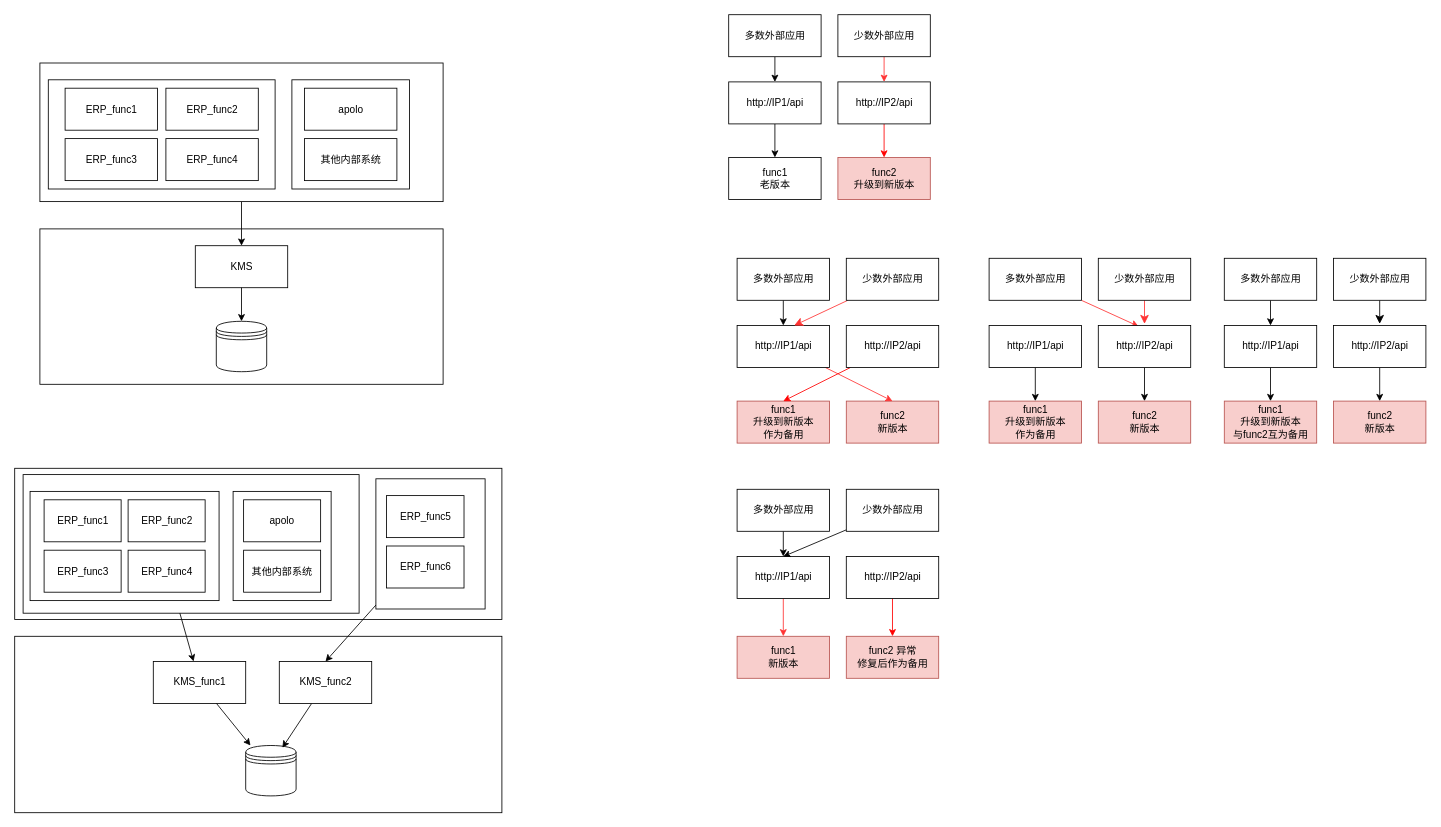
The draw.io diagram page "KMS" (2 of 6) of devops.drawio in mashifei/uml, before the edit. Source tidied: cells renumbered, new cells numbered last; positions are measured from the earlier drawing's top-left corner, leaving out a move shared by most shapes. Both pictures are drawn from the tidied source at 84%, with x=0, y=0 at pixel (14, 14).
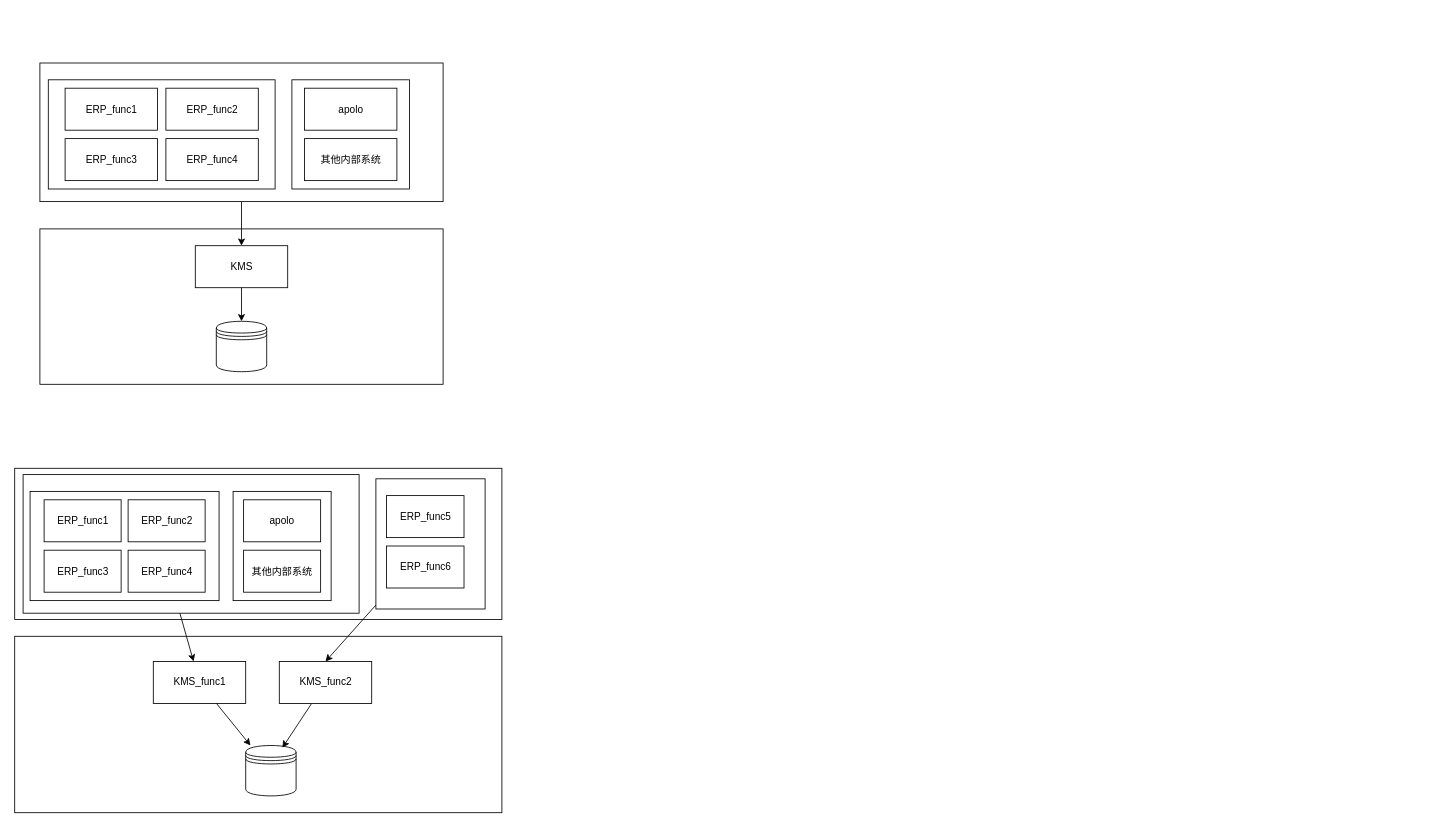
After the change.

The edit, as a diff of the source:
```diff
@@
-    <mxCell id="47" value="func1&lt;br&gt;老版本" style="html=1;rounded=0;strokeColor=#000000;" parent="1" vertex="1">
-      <mxGeometry x="850" y="170" width="110" height="50" as="geometry" />
-    </mxCell>
-    <mxCell id="48" value="func2&lt;br&gt;升级到新版本" style="html=1;rounded=0;strokeColor=#b85450;fillColor=#f8cecc;" parent="1" vertex="1">
-      <mxGeometry x="980" y="170" width="110" height="50" as="geometry" />
-    </mxCell>
-    <mxCell id="49" style="edgeStyle=none;rounded=0;jettySize=auto;html=1;" parent="1" edge="1" source="50" target="47">
-      <mxGeometry relative="1" as="geometry" />
-    </mxCell>
-    <mxCell id="50" value="http://IP1/api" style="html=1;rounded=0;strokeColor=#000000;" parent="1" vertex="1">
-      <mxGeometry x="850" y="80" width="110" height="50" as="geometry" />
-    </mxCell>
-    <mxCell id="51" style="edgeStyle=none;rounded=0;jettySize=auto;html=1;entryX=0.5;entryY=0;entryDx=0;entryDy=0;" parent="1" edge="1" source="52" target="50">
-      <mxGeometry relative="1" as="geometry" />
-    </mxCell>
-    <mxCell id="52" value="多数外部应用" style="html=1;rounded=0;strokeColor=#000000;" parent="1" vertex="1">
-      <mxGeometry x="850" width="110" height="50" as="geometry" />
-    </mxCell>
-    <mxCell id="53" style="edgeStyle=none;rounded=0;jettySize=auto;html=1;strokeColor=#FF0000;" parent="1" edge="1" source="54" target="48">
-      <mxGeometry relative="1" as="geometry" />
-    </mxCell>
-    <mxCell id="54" value="http://IP2/api" style="html=1;rounded=0;strokeColor=#000000;" parent="1" vertex="1">
-      <mxGeometry x="980" y="80" width="110" height="50" as="geometry" />
-    </mxCell>
-    <mxCell id="55" style="edgeStyle=none;rounded=0;jettySize=auto;html=1;entryX=0.5;entryY=0;entryDx=0;entryDy=0;strokeColor=#FF3333;" parent="1" edge="1" source="56" target="54">
-      <mxGeometry relative="1" as="geometry" />
-    </mxCell>
-    <mxCell id="56" value="少数外部应用" style="html=1;rounded=0;strokeColor=#000000;" parent="1" vertex="1">
-      <mxGeometry x="980" width="110" height="50" as="geometry" />
-    </mxCell>
-    <mxCell id="57" value="func1&lt;br&gt;升级到新版本&lt;br&gt;作为备用" style="html=1;rounded=0;strokeColor=#b85450;fillColor=#f8cecc;" parent="1" vertex="1">
-      <mxGeometry x="860" y="460" width="110" height="50" as="geometry" />
-    </mxCell>
-    <mxCell id="58" value="func2&lt;br&gt;新版本" style="html=1;rounded=0;strokeColor=#b85450;fillColor=#f8cecc;" parent="1" vertex="1">
-      <mxGeometry x="990" y="460" width="110" height="50" as="geometry" />
-    </mxCell>
-    <mxCell id="59" style="edgeStyle=none;rounded=1;jettySize=auto;html=1;entryX=0.5;entryY=0;entryDx=0;entryDy=0;strokeColor=#FF3333;" parent="1" edge="1" source="60" target="58">
-      <mxGeometry relative="1" as="geometry" />
-    </mxCell>
-    <mxCell id="60" value="http://IP1/api" style="html=1;rounded=0;strokeColor=#000000;" parent="1" vertex="1">
-      <mxGeometry x="860" y="370" width="110" height="50" as="geometry" />
-    </mxCell>
-    <mxCell id="61" style="edgeStyle=none;rounded=0;jettySize=auto;html=1;" parent="1" edge="1" source="62" target="60">
-      <mxGeometry relative="1" as="geometry" />
-    </mxCell>
-    <mxCell id="62" value="多数外部应用" style="html=1;rounded=0;strokeColor=#000000;" parent="1" vertex="1">
-      <mxGeometry x="860" y="290" width="110" height="50" as="geometry" />
-    </mxCell>
-    <mxCell id="63" style="edgeStyle=none;rounded=0;jettySize=auto;html=1;entryX=0.5;entryY=0;entryDx=0;entryDy=0;strokeColor=#FF0000;" parent="1" edge="1" source="64" target="57">
-      <mxGeometry relative="1" as="geometry" />
-    </mxCell>
-    <mxCell id="64" value="http://IP2/api" style="html=1;rounded=0;strokeColor=#000000;" parent="1" vertex="1">
-      <mxGeometry x="990" y="370" width="110" height="50" as="geometry" />
-    </mxCell>
-    <mxCell id="65" style="edgeStyle=none;rounded=0;jettySize=auto;html=1;entryX=0.618;entryY=0;entryDx=0;entryDy=0;entryPerimeter=0;strokeColor=#FF3333;endSize=8;targetPerimeterSpacing=2;jumpStyle=arc;jumpSize=10;" parent="1" edge="1" source="66" target="60">
-      <mxGeometry relative="1" as="geometry" />
-    </mxCell>
-    <mxCell id="66" value="少数外部应用" style="html=1;rounded=0;strokeColor=#000000;" parent="1" vertex="1">
-      <mxGeometry x="990" y="290" width="110" height="50" as="geometry" />
-    </mxCell>
-    <mxCell id="67" value="func1&lt;br&gt;新版本" style="html=1;rounded=0;strokeColor=#b85450;fillColor=#f8cecc;" parent="1" vertex="1">
-      <mxGeometry x="860" y="740" width="110" height="50" as="geometry" />
-    </mxCell>
-    <mxCell id="68" value="func2 异常&lt;br&gt;修复后作为备用" style="html=1;rounded=0;strokeColor=#b85450;fillColor=#f8cecc;" parent="1" vertex="1">
-      <mxGeometry x="990" y="740" width="110" height="50" as="geometry" />
-    </mxCell>
-    <mxCell id="69" style="edgeStyle=none;rounded=0;jettySize=auto;html=1;entryX=0.5;entryY=0;entryDx=0;entryDy=0;exitX=0.5;exitY=1;exitDx=0;exitDy=0;strokeColor=#FF3333;" parent="1" edge="1" source="70" target="67">
-      <mxGeometry relative="1" as="geometry" />
-    </mxCell>
-    <mxCell id="70" value="http://IP1/api" style="html=1;rounded=0;strokeColor=#000000;" parent="1" vertex="1">
-      <mxGeometry x="860" y="645" width="110" height="50" as="geometry" />
-    </mxCell>
-    <mxCell id="71" style="edgeStyle=none;rounded=0;jettySize=auto;html=1;entryX=0.5;entryY=0;entryDx=0;entryDy=0;" parent="1" edge="1" source="72" target="70">
-      <mxGeometry relative="1" as="geometry" />
-    </mxCell>
-    <mxCell id="72" value="多数外部应用" style="html=1;rounded=0;strokeColor=#000000;" parent="1" vertex="1">
-      <mxGeometry x="860" y="565" width="110" height="50" as="geometry" />
-    </mxCell>
-    <mxCell id="73" style="edgeStyle=none;rounded=0;jettySize=auto;html=1;entryX=0.5;entryY=0;entryDx=0;entryDy=0;strokeColor=#FF0000;" parent="1" edge="1" source="74" target="68">
-      <mxGeometry relative="1" as="geometry" />
-    </mxCell>
-    <mxCell id="74" value="http://IP2/api" style="html=1;rounded=0;strokeColor=#000000;" parent="1" vertex="1">
-      <mxGeometry x="990" y="645" width="110" height="50" as="geometry" />
-    </mxCell>
-    <mxCell id="75" style="edgeStyle=none;rounded=0;jettySize=auto;html=1;entryX=0.5;entryY=0;entryDx=0;entryDy=0;" parent="1" edge="1" source="76" target="70">
-      <mxGeometry relative="1" as="geometry" />
-    </mxCell>
-    <mxCell id="76" value="少数外部应用" style="html=1;rounded=0;strokeColor=#000000;" parent="1" vertex="1">
-      <mxGeometry x="990" y="565" width="110" height="50" as="geometry" />
-    </mxCell>
-    <mxCell id="77" value="func1&lt;br&gt;升级到新版本&lt;br&gt;作为备用" style="html=1;rounded=0;strokeColor=#b85450;fillColor=#f8cecc;" parent="1" vertex="1">
-      <mxGeometry x="1160" y="460" width="110" height="50" as="geometry" />
-    </mxCell>
-    <mxCell id="78" style="edgeStyle=none;rounded=1;jumpStyle=arc;jumpSize=10;jettySize=auto;html=1;endSize=8;targetPerimeterSpacing=2;strokeColor=#FF0000;" parent="1" edge="1" source="79">
-      <mxGeometry relative="1" as="geometry">
-        <mxPoint x="1345" y="460" as="targetPoint" />
-      </mxGeometry>
-    </mxCell>
-    <mxCell id="79" value="func2&lt;br&gt;新版本" style="html=1;rounded=0;strokeColor=#b85450;fillColor=#f8cecc;" parent="1" vertex="1">
-      <mxGeometry x="1290" y="460" width="110" height="50" as="geometry" />
-    </mxCell>
-    <mxCell id="80" style="edgeStyle=none;rounded=1;jettySize=auto;html=1;entryX=0.5;entryY=0;entryDx=0;entryDy=0;strokeColor=#000000;" parent="1" edge="1" source="81" target="77">
-      <mxGeometry relative="1" as="geometry" />
-    </mxCell>
-    <mxCell id="81" value="http://IP1/api" style="html=1;rounded=0;strokeColor=#000000;" parent="1" vertex="1">
-      <mxGeometry x="1160" y="370" width="110" height="50" as="geometry" />
-    </mxCell>
-    <mxCell id="82" style="edgeStyle=none;rounded=0;jettySize=auto;html=1;entryX=0.436;entryY=0.02;entryDx=0;entryDy=0;entryPerimeter=0;strokeColor=#FF3333;" parent="1" edge="1" source="83" target="85">
-      <mxGeometry relative="1" as="geometry" />
-    </mxCell>
-    <mxCell id="83" value="多数外部应用" style="html=1;rounded=0;strokeColor=#000000;" parent="1" vertex="1">
-      <mxGeometry x="1160" y="290" width="110" height="50" as="geometry" />
-    </mxCell>
-    <mxCell id="84" style="edgeStyle=none;rounded=0;jettySize=auto;html=1;strokeColor=#000000;entryX=0.5;entryY=0;entryDx=0;entryDy=0;" parent="1" edge="1" source="85" target="79">
-      <mxGeometry relative="1" as="geometry" />
-    </mxCell>
-    <mxCell id="85" value="http://IP2/api" style="html=1;rounded=0;strokeColor=#000000;" parent="1" vertex="1">
-      <mxGeometry x="1290" y="370" width="110" height="50" as="geometry" />
-    </mxCell>
-    <mxCell id="86" style="edgeStyle=none;rounded=0;jettySize=auto;html=1;strokeColor=#FF3333;endSize=8;targetPerimeterSpacing=2;jumpStyle=arc;jumpSize=10;" parent="1" edge="1" source="87" target="85">
-      <mxGeometry relative="1" as="geometry" />
-    </mxCell>
-    <mxCell id="87" value="少数外部应用" style="html=1;rounded=0;strokeColor=#000000;" parent="1" vertex="1">
-      <mxGeometry x="1290" y="290" width="110" height="50" as="geometry" />
-    </mxCell>
-    <mxCell id="88" value="func1&lt;br&gt;升级到新版本&lt;br&gt;与func2互为备用" style="html=1;rounded=0;strokeColor=#b85450;fillColor=#f8cecc;" parent="1" vertex="1">
-      <mxGeometry x="1440" y="460" width="110" height="50" as="geometry" />
-    </mxCell>
-    <mxCell id="89" style="edgeStyle=none;rounded=1;jumpStyle=arc;jumpSize=10;jettySize=auto;html=1;endSize=8;targetPerimeterSpacing=2;strokeColor=#FF0000;" parent="1" edge="1" source="90">
-      <mxGeometry relative="1" as="geometry">
-        <mxPoint x="1625" y="460" as="targetPoint" />
-      </mxGeometry>
-    </mxCell>
-    <mxCell id="90" value="func2&lt;br&gt;新版本" style="html=1;rounded=0;strokeColor=#b85450;fillColor=#f8cecc;" parent="1" vertex="1">
-      <mxGeometry x="1570" y="460" width="110" height="50" as="geometry" />
-    </mxCell>
-    <mxCell id="91" style="edgeStyle=none;rounded=1;jettySize=auto;html=1;entryX=0.5;entryY=0;entryDx=0;entryDy=0;strokeColor=#000000;" parent="1" edge="1" source="92" target="88">
-      <mxGeometry relative="1" as="geometry" />
-    </mxCell>
-    <mxCell id="92" value="http://IP1/api" style="html=1;rounded=0;strokeColor=#000000;" parent="1" vertex="1">
-      <mxGeometry x="1440" y="370" width="110" height="50" as="geometry" />
-    </mxCell>
-    <mxCell id="93" style="edgeStyle=none;rounded=0;jettySize=auto;html=1;entryX=0.5;entryY=0;entryDx=0;entryDy=0;strokeColor=#000000;" parent="1" edge="1" source="94" target="92">
-      <mxGeometry relative="1" as="geometry" />
-    </mxCell>
-    <mxCell id="94" value="多数外部应用" style="html=1;rounded=0;strokeColor=#000000;" parent="1" vertex="1">
-      <mxGeometry x="1440" y="290" width="110" height="50" as="geometry" />
-    </mxCell>
-    <mxCell id="95" style="edgeStyle=none;rounded=0;jettySize=auto;html=1;strokeColor=#000000;entryX=0.5;entryY=0;entryDx=0;entryDy=0;" parent="1" edge="1" source="96" target="90">
-      <mxGeometry relative="1" as="geometry" />
-    </mxCell>
-    <mxCell id="96" value="http://IP2/api" style="html=1;rounded=0;strokeColor=#000000;" parent="1" vertex="1">
-      <mxGeometry x="1570" y="370" width="110" height="50" as="geometry" />
-    </mxCell>
-    <mxCell id="97" style="edgeStyle=none;rounded=0;jettySize=auto;html=1;strokeColor=#000000;endSize=8;targetPerimeterSpacing=2;jumpStyle=arc;jumpSize=10;" parent="1" edge="1" source="98" target="96">
-      <mxGeometry relative="1" as="geometry" />
-    </mxCell>
-    <mxCell id="98" value="少数外部应用" style="html=1;rounded=0;strokeColor=#000000;" parent="1" vertex="1">
-      <mxGeometry x="1570" y="290" width="110" height="50" as="geometry" />
-    </mxCell>
```
